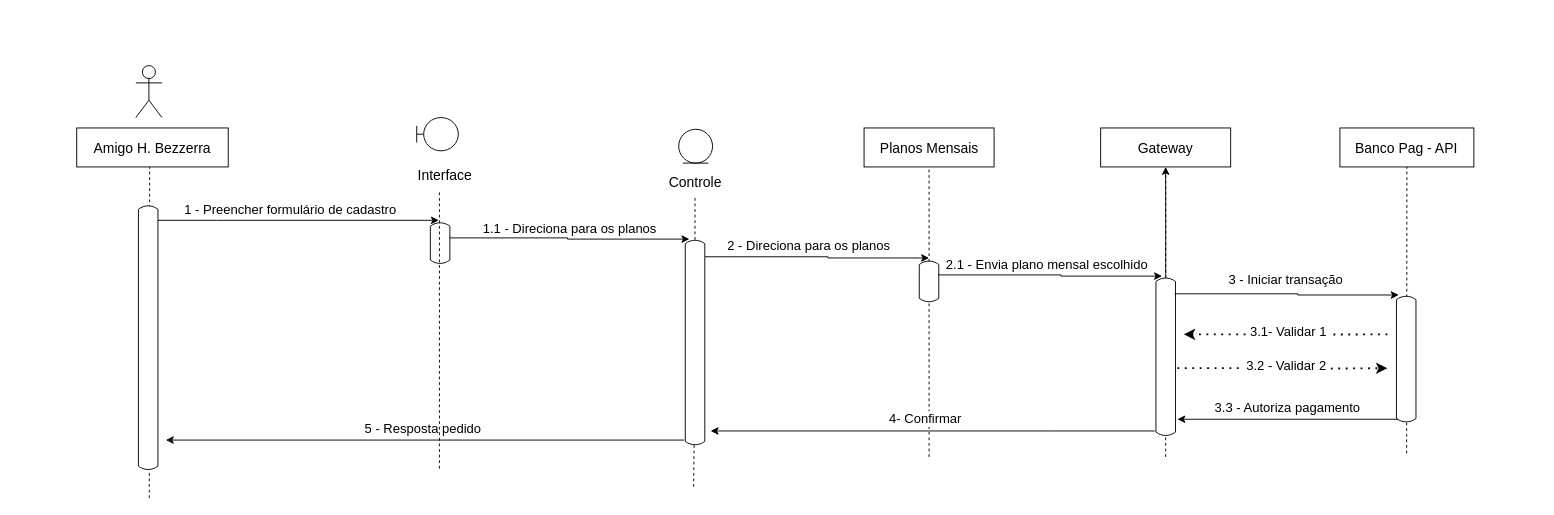
Before: Diagramas/Editaveis/Diagrama de Sequencia Mensalista - Amigo Bezzera.drawio in RafaelRosaSP/Fatec_Projeto_Interdisciplinar_DSM2_2Semestre_Grupo5, a draw.io diagram. Source tidied: cells renumbered, new cells numbered last; positions are measured from the earlier drawing's top-left corner, leaving out a move shared by most shapes. Both pictures are drawn from the tidied source at 93%, with x=0, y=0 at pixel (16, 16).
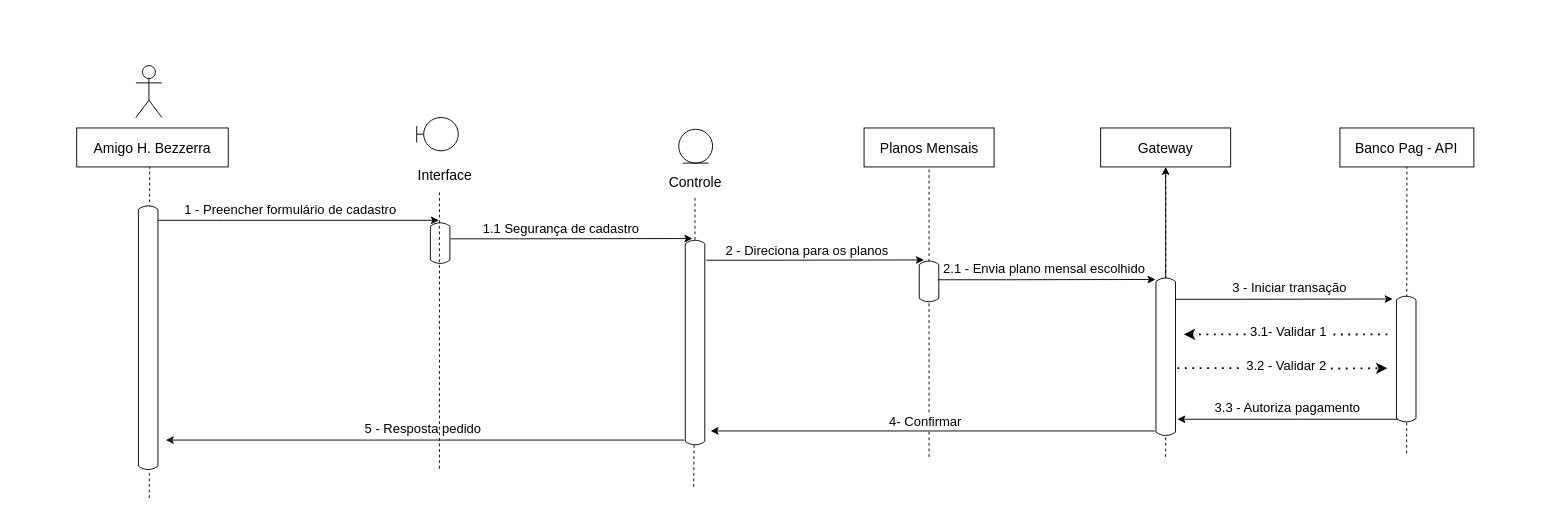
Above is the later version.

Diff of the diagram source:
```diff
@@
     <mxCell id="8" value="&lt;span style=&quot;font-family: helvetica; font-size: 14px; font-style: normal; font-weight: 400; letter-spacing: normal; text-align: center; text-indent: 0px; text-transform: none; word-spacing: 0px; display: inline; float: none;&quot;&gt;2 - Direciona para os planos&lt;/span&gt;" style="text;whiteSpace=wrap;html=1;fontSize=14;fontColor=default;labelBackgroundColor=none;" parent="1" vertex="1">
-      <mxGeometry x="762.6" y="232.3" width="197.1" height="36.4" as="geometry" />
+      <mxGeometry x="760.7" y="237.3" width="197.1" height="36.4" as="geometry" />
     </mxCell>
     <mxCell id="9" value="&lt;span style=&quot;font-family: helvetica; font-size: 14px; font-style: normal; font-weight: 400; letter-spacing: normal; text-align: center; text-indent: 0px; text-transform: none; word-spacing: 0px; display: inline; float: none;&quot;&gt;2.1 - Envia plano mensal escolhido&lt;/span&gt;" style="text;whiteSpace=wrap;html=1;fontSize=14;fontColor=default;labelBackgroundColor=none;" parent="1" vertex="1">
-      <mxGeometry x="998.3" y="252" width="222.3" height="36.4" as="geometry" />
+      <mxGeometry x="995" y="257.3" width="222.3" height="36.4" as="geometry" />
     </mxCell>
@@
-    <mxCell id="12" style="edgeStyle=orthogonalEdgeStyle;rounded=0;orthogonalLoop=1;jettySize=auto;html=1;labelBackgroundColor=default;fontSize=10;fontColor=default;endArrow=classic;endFill=1;strokeColor=default;fillColor=default;entryX=0.045;entryY=0.519;entryDx=0;entryDy=0;entryPerimeter=0;" parent="1" edge="1">
-      <mxGeometry x="77" y="145" as="geometry">
-        <mxPoint x="460.7" y="238.3" as="sourcePoint" />
-        <mxPoint x="723.8" y="239.6" as="targetPoint" />
-        <Array as="points">
-          <mxPoint x="592.8" y="239" />
-          <mxPoint x="724.2" y="239" />
-        </Array>
-      </mxGeometry>
-    </mxCell>
@@
-    <mxCell id="18" style="edgeStyle=orthogonalEdgeStyle;rounded=0;orthogonalLoop=1;jettySize=auto;html=1;labelBackgroundColor=default;fontSize=10;fontColor=default;endArrow=classic;endFill=1;strokeColor=default;fillColor=default;" parent="1" edge="1">
-      <mxGeometry x="77" y="145" as="geometry">
-        <mxPoint x="740.7" y="258.6" as="sourcePoint" />
-        <mxPoint x="981.5" y="259.9" as="targetPoint" />
-        <Array as="points">
-          <mxPoint x="872.8" y="259.3" />
-          <mxPoint x="1004.3" y="259.3" />
-        </Array>
-      </mxGeometry>
-    </mxCell>
@@
-    <mxCell id="24" value="&lt;span style=&quot;font-family: helvetica; font-size: 15px; font-style: normal; font-weight: 400; letter-spacing: normal; text-align: center; text-indent: 0px; text-transform: none; word-spacing: 0px; display: inline; float: none;&quot;&gt;Controle&lt;/span&gt;" style="text;whiteSpace=wrap;html=1;fontSize=15;fontColor=default;fillColor=none;labelBackgroundColor=none;" parent="1" vertex="1">
+    <mxCell id="24" value="&lt;span style=&quot;font-family: helvetica; font-size: 15px; font-style: normal; font-weight: 400; letter-spacing: normal; text-align: center; text-indent: 0px; text-transform: none; word-spacing: 0px; display: inline; float: none;&quot;&gt;Controle&lt;/span&gt;" style="text;whiteSpace=wrap;html=1;fontSize=15;fontColor=default;fillColor=none;labelBackgroundColor=default;strokeColor=none;" parent="1" vertex="1">
       <mxGeometry x="700.3" y="162.5" width="69.9" height="40.5" as="geometry" />
     </mxCell>
@@
-    <mxCell id="26" value="&lt;span style=&quot;font-family: helvetica; font-size: 14px; font-style: normal; font-weight: 400; letter-spacing: normal; text-align: center; text-indent: 0px; text-transform: none; word-spacing: 0px; display: inline; float: none;&quot;&gt;1.1 - Direciona para os planos&lt;/span&gt;" style="text;whiteSpace=wrap;html=1;fontSize=14;fontColor=default;labelBackgroundColor=none;" parent="1" vertex="1">
+    <mxCell id="26" value="&lt;span style=&quot;font-family: &amp;quot;helvetica&amp;quot; ; font-size: 14px ; font-style: normal ; font-weight: 400 ; letter-spacing: normal ; text-align: center ; text-indent: 0px ; text-transform: none ; word-spacing: 0px ; display: inline ; float: none&quot;&gt;1.1 Segurança de cadastro&lt;/span&gt;" style="text;whiteSpace=wrap;html=1;fontSize=14;fontColor=default;labelBackgroundColor=none;" parent="1" vertex="1">
       <mxGeometry x="500.3" y="214" width="197.1" height="36.4" as="geometry" />
     </mxCell>
     <mxCell id="27" value="&lt;span style=&quot;font-family: helvetica; font-size: 14px; font-style: normal; font-weight: 400; letter-spacing: normal; text-align: center; text-indent: 0px; text-transform: none; word-spacing: 0px; display: inline; float: none;&quot;&gt;&amp;nbsp;3 - Iniciar transação&amp;nbsp;&lt;/span&gt;" style="text;whiteSpace=wrap;html=1;fontSize=14;fontColor=default;labelBackgroundColor=none;" parent="1" vertex="1">
-      <mxGeometry x="1297.5" y="267.6" width="137" height="36.4" as="geometry" />
+      <mxGeometry x="1302.4" y="277" width="137" height="36.4" as="geometry" />
     </mxCell>
@@
-    <mxCell id="31" style="edgeStyle=orthogonalEdgeStyle;rounded=0;orthogonalLoop=1;jettySize=auto;html=1;labelBackgroundColor=default;fontSize=10;fontColor=default;endArrow=classic;endFill=1;strokeColor=default;fillColor=default;" parent="1" edge="1">
-      <mxGeometry x="77" y="145" as="geometry">
-        <mxPoint x="991.3" y="278.1" as="sourcePoint" />
-        <mxPoint x="1232" y="279.4" as="targetPoint" />
-        <Array as="points">
-          <mxPoint x="1123.4" y="278.8" />
-          <mxPoint x="1254.8" y="278.8" />
-        </Array>
-      </mxGeometry>
-    </mxCell>
@@
-    <mxCell id="33" style="edgeStyle=orthogonalEdgeStyle;rounded=0;orthogonalLoop=1;jettySize=auto;html=1;labelBackgroundColor=default;fontSize=10;fontColor=default;endArrow=classic;endFill=1;strokeColor=default;fillColor=default;" parent="1" edge="1">
-      <mxGeometry x="77" y="145" as="geometry">
-        <mxPoint x="1245.7" y="298.4" as="sourcePoint" />
-        <mxPoint x="1486.5" y="299.7" as="targetPoint" />
-        <Array as="points">
-          <mxPoint x="1377.9" y="299.1" />
-          <mxPoint x="1509.3" y="299.1" />
-        </Array>
-      </mxGeometry>
-    </mxCell>
@@
     <mxCell id="44" value="&lt;span style=&quot;font-family: helvetica; font-size: 14px; font-style: normal; font-weight: 400; letter-spacing: normal; text-align: center; text-indent: 0px; text-transform: none; word-spacing: 0px; display: inline; float: none;&quot;&gt;4- Confirmar&lt;/span&gt;" style="text;whiteSpace=wrap;html=1;fontSize=14;fontColor=default;labelBackgroundColor=#FFFFFF;" parent="1" vertex="1">
-      <mxGeometry x="937.3" y="417.9" width="90.9" height="36.4" as="geometry" />
+      <mxGeometry x="937.3" y="420.9" width="90.9" height="36.4" as="geometry" />
     </mxCell>
@@
+    <mxCell id="49" style="edgeStyle=orthogonalEdgeStyle;rounded=0;orthogonalLoop=1;jettySize=auto;html=1;labelBackgroundColor=default;fontSize=10;fontColor=default;endArrow=classic;endFill=1;strokeColor=default;fillColor=default;" parent="1" edge="1">
+      <mxGeometry x="677.8" y="187.9" as="geometry">
+        <mxPoint x="742" y="262.3" as="sourcePoint" />
+        <mxPoint x="976" y="262" as="targetPoint" />
+        <Array as="points">
+          <mxPoint x="816.1" y="262.3" />
+          <mxPoint x="816.1" y="262.3" />
+        </Array>
+      </mxGeometry>
+    </mxCell>
+    <mxCell id="50" style="edgeStyle=orthogonalEdgeStyle;rounded=0;orthogonalLoop=1;jettySize=auto;html=1;labelBackgroundColor=default;fontSize=10;fontColor=default;endArrow=classic;endFill=1;strokeColor=default;fillColor=default;" parent="1" edge="1">
+      <mxGeometry x="402.8" y="164.9" as="geometry">
+        <mxPoint x="467" y="239.3" as="sourcePoint" />
+        <mxPoint x="727" y="239" as="targetPoint" />
+        <Array as="points">
+          <mxPoint x="541.1" y="239.3" />
+          <mxPoint x="541.1" y="239.3" />
+        </Array>
+      </mxGeometry>
+    </mxCell>
+    <mxCell id="51" style="edgeStyle=orthogonalEdgeStyle;rounded=0;orthogonalLoop=1;jettySize=auto;html=1;labelBackgroundColor=default;fontSize=10;fontColor=default;endArrow=classic;endFill=1;strokeColor=default;fillColor=default;" parent="1" edge="1">
+      <mxGeometry x="926.8" y="208.9" as="geometry">
+        <mxPoint x="991" y="283.3" as="sourcePoint" />
+        <mxPoint x="1225" y="283" as="targetPoint" />
+        <Array as="points">
+          <mxPoint x="1065.1" y="283.3" />
+          <mxPoint x="1065.1" y="283.3" />
+        </Array>
+      </mxGeometry>
+    </mxCell>
+    <mxCell id="52" style="edgeStyle=orthogonalEdgeStyle;rounded=0;orthogonalLoop=1;jettySize=auto;html=1;labelBackgroundColor=default;fontSize=10;fontColor=default;endArrow=classic;endFill=1;strokeColor=default;fillColor=default;" parent="1" edge="1">
+      <mxGeometry x="1181.8" y="229.9" as="geometry">
+        <mxPoint x="1246" y="304.3" as="sourcePoint" />
+        <mxPoint x="1480" y="304" as="targetPoint" />
+        <Array as="points">
+          <mxPoint x="1320.1" y="304.3" />
+          <mxPoint x="1320.1" y="304.3" />
+        </Array>
+      </mxGeometry>
+    </mxCell>
```
